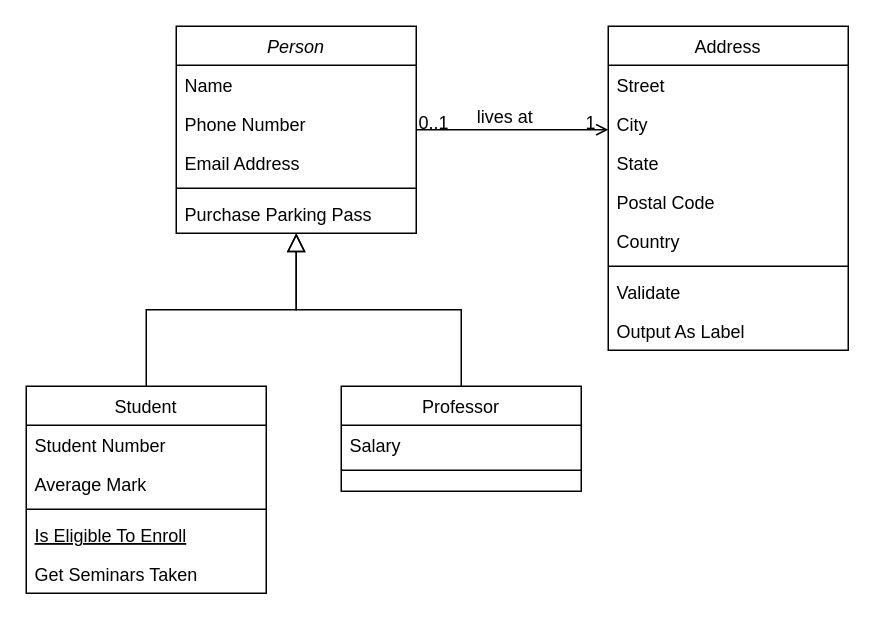
Above: Untitled Diagram.drawio in xlcMitchell/pong (draw.io), before the change. Source tidied: cells renumbered, new cells numbered last; positions are measured from the earlier drawing's top-left corner, leaving out a move shared by most shapes. Both pictures are drawn from the tidied source at 150%, with x=0, y=0 at pixel (26, 26).
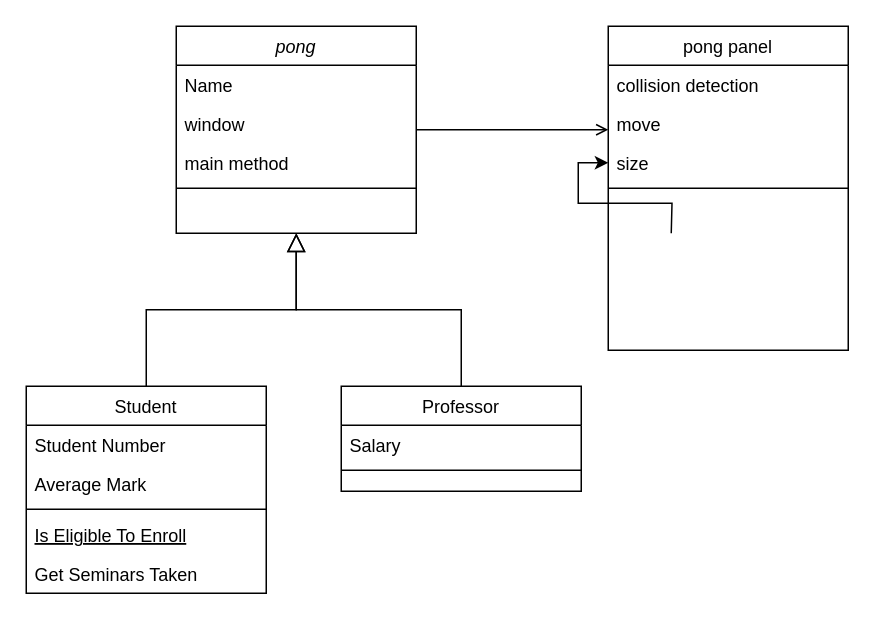
After the change.

Unchanged cells that the change refers to:
```xml
<mxCell id="28" style="endArrow=open;shadow=0;strokeWidth=1;rounded=0;curved=0;endFill=1;edgeStyle=elbowEdgeStyle;elbow=vertical;" parent="1" edge="1" source="2" target="19">
  <mxGeometry x="0.5" y="41" relative="1" as="geometry">
    <mxPoint x="-40" y="32" as="offset" />
  </mxGeometry>
</mxCell>
```

The edit, as a diff of the source:
```diff
@@
-    <mxCell id="2" value="Person" style="swimlane;fontStyle=2;align=center;verticalAlign=top;horizontal=1;startSize=26;rounded=0;shadow=0;strokeWidth=1;" parent="1" vertex="1">
+    <mxCell id="2" value="pong" style="swimlane;fontStyle=2;align=center;verticalAlign=top;horizontal=1;startSize=26;rounded=0;shadow=0;strokeWidth=1;" parent="1" vertex="1">
       <mxGeometry x="100" width="160" height="138" as="geometry" />
     </mxCell>
@@
-    <mxCell id="4" value="Phone Number" style="text;align=left;verticalAlign=top;spacingLeft=4;spacingRight=4;overflow=hidden;rounded=0;shadow=0;html=0;" parent="2" vertex="1">
+    <mxCell id="4" value="window" style="text;align=left;verticalAlign=top;spacingLeft=4;spacingRight=4;overflow=hidden;rounded=0;shadow=0;html=0;" parent="2" vertex="1">
       <mxGeometry y="52" width="160" height="26" as="geometry" />
     </mxCell>
-    <mxCell id="5" value="Email Address" style="text;align=left;verticalAlign=top;spacingLeft=4;spacingRight=4;overflow=hidden;rounded=0;shadow=0;html=0;" parent="2" vertex="1">
+    <mxCell id="5" value="main method" style="text;align=left;verticalAlign=top;spacingLeft=4;spacingRight=4;overflow=hidden;rounded=0;shadow=0;html=0;" parent="2" vertex="1">
       <mxGeometry y="78" width="160" height="26" as="geometry" />
     </mxCell>
@@
-    <mxCell id="7" value="Purchase Parking Pass" style="text;align=left;verticalAlign=top;spacingLeft=4;spacingRight=4;overflow=hidden;" parent="2" vertex="1">
-      <mxGeometry y="112" width="160" height="26" as="geometry" />
-    </mxCell>
@@
-    <mxCell id="19" value="Address" style="swimlane;fontStyle=0;align=center;verticalAlign=top;horizontal=1;startSize=26;rounded=0;shadow=0;strokeWidth=1;" parent="1" vertex="1">
+    <mxCell id="19" value="pong panel" style="swimlane;fontStyle=0;align=center;verticalAlign=top;horizontal=1;startSize=26;rounded=0;shadow=0;strokeWidth=1;" parent="1" vertex="1">
       <mxGeometry x="388" width="160" height="216" as="geometry" />
     </mxCell>
-    <mxCell id="20" value="Street" style="text;align=left;verticalAlign=top;spacingLeft=4;spacingRight=4;overflow=hidden;" parent="19" vertex="1">
+    <mxCell id="20" value="collision detection" style="text;align=left;verticalAlign=top;spacingLeft=4;spacingRight=4;overflow=hidden;" parent="19" vertex="1">
       <mxGeometry y="26" width="160" height="26" as="geometry" />
     </mxCell>
-    <mxCell id="21" value="City" style="text;align=left;verticalAlign=top;spacingLeft=4;spacingRight=4;overflow=hidden;rounded=0;shadow=0;html=0;" parent="19" vertex="1">
+    <mxCell id="21" value="move" style="text;align=left;verticalAlign=top;spacingLeft=4;spacingRight=4;overflow=hidden;rounded=0;shadow=0;html=0;" parent="19" vertex="1">
       <mxGeometry y="52" width="160" height="26" as="geometry" />
     </mxCell>
-    <mxCell id="22" value="State" style="text;align=left;verticalAlign=top;spacingLeft=4;spacingRight=4;overflow=hidden;points=[[0,0.5],[1,0.5]];portConstraint=eastwest;rounded=0;shadow=0;html=0;" parent="19" vertex="1">
+    <mxCell id="22" value="size" style="text;align=left;verticalAlign=top;spacingLeft=4;spacingRight=4;overflow=hidden;points=[[0,0.5],[1,0.5]];portConstraint=eastwest;rounded=0;shadow=0;html=0;" parent="19" vertex="1">
       <mxGeometry y="78" width="160" height="26" as="geometry" />
     </mxCell>
-    <mxCell id="23" value="Postal Code" style="text;align=left;verticalAlign=top;spacingLeft=4;spacingRight=4;overflow=hidden;rounded=0;shadow=0;html=0;" parent="19" vertex="1">
-      <mxGeometry y="104" width="160" height="26" as="geometry" />
-    </mxCell>
-    <mxCell id="24" value="Country" style="text;align=left;verticalAlign=top;spacingLeft=4;spacingRight=4;overflow=hidden;rounded=0;shadow=0;html=0;" parent="19" vertex="1">
-      <mxGeometry y="130" width="160" height="26" as="geometry" />
-    </mxCell>
     <mxCell id="25" style="line;html=1;strokeWidth=1;align=left;verticalAlign=middle;spacingTop=-1;spacingLeft=3;spacingRight=3;labelPosition=right;" parent="19" vertex="1">
-      <mxGeometry y="156" width="160" height="8" as="geometry" />
+      <mxGeometry y="104" width="160" height="8" as="geometry" />
     </mxCell>
-    <mxCell id="26" value="Validate" style="text;align=left;verticalAlign=top;spacingLeft=4;spacingRight=4;overflow=hidden;" parent="19" vertex="1">
-      <mxGeometry y="164" width="160" height="26" as="geometry" />
-    </mxCell>
-    <mxCell id="27" value="Output As Label" style="text;align=left;verticalAlign=top;spacingLeft=4;spacingRight=4;overflow=hidden;" parent="19" vertex="1">
-      <mxGeometry y="190" width="160" height="26" as="geometry" />
-    </mxCell>
@@
-    <mxCell id="29" value="0..1" style="align=left;verticalAlign=bottom;labelBackgroundColor=none;fontSize=12;" parent="28" vertex="1">
-      <mxGeometry x="-1" relative="1" as="geometry">
-        <mxPoint y="4" as="offset" />
-      </mxGeometry>
-    </mxCell>
-    <mxCell id="30" value="1" style="align=right;verticalAlign=bottom;labelBackgroundColor=none;fontSize=12;" parent="28" vertex="1">
-      <mxGeometry x="1" relative="1" as="geometry">
-        <mxPoint x="-7" y="4" as="offset" />
-      </mxGeometry>
-    </mxCell>
-    <mxCell id="31" value="lives at" style="text;html=1;align=center;verticalAlign=middle;labelBackgroundColor=none;rounded=0;shadow=0;strokeWidth=1;fontSize=12;" parent="28" vertex="1">
-      <mxGeometry x="0.5" y="49" relative="1" as="geometry">
-        <mxPoint x="-38" y="40" as="offset" />
-      </mxGeometry>
-    </mxCell>
+    <mxCell id="32" style="edgeStyle=orthogonalEdgeStyle;rounded=0;jettySize=auto;html=1;" parent="1" edge="1" target="22">
+      <mxGeometry relative="1" as="geometry">
+        <mxPoint x="430" y="138" as="sourcePoint" />
+      </mxGeometry>
+    </mxCell>
```
